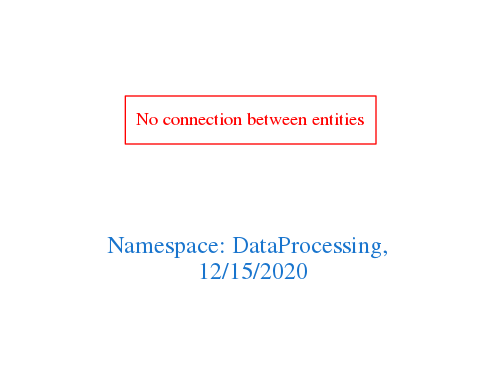
This is downloads/DataProcessing.png from arago/OGIT, a Graphviz export, as it was before one commit. Its source is kept beside it as downloads/DataProcessing.dot.
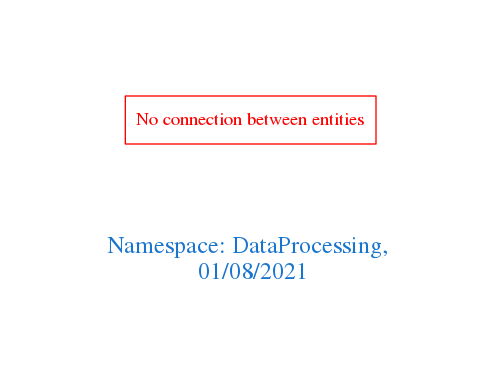
The same diagram one commit later.

The edit, as a diff of the source:
```diff
@@ -1,7 +1,7 @@
 digraph OGIT_ontology {
  graph [ rankdir= LR,pad=1
 fontsize = 18,
-fontcolor= dodgerblue3,label = "\n\n\nNamespace: DataProcessing, \n 12/15/2020"];
+fontcolor= dodgerblue3,label = "\n\n\nNamespace: DataProcessing, \n 01/08/2021"];
 node[shape=polygon];
 edge [  color="gray81"];
 
```
